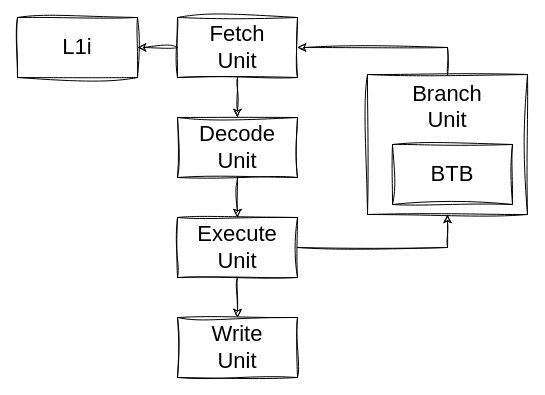
Before: page "mvm-4" (4 of 4) of res/majorana.drawio in teivah/majorana, a draw.io diagram. Source tidied: cells renumbered, new cells numbered last; positions are measured from the earlier drawing's top-left corner, leaving out a move shared by most shapes. Both pictures are drawn from the tidied source at 100%, with x=0, y=0 at pixel (17, 17).
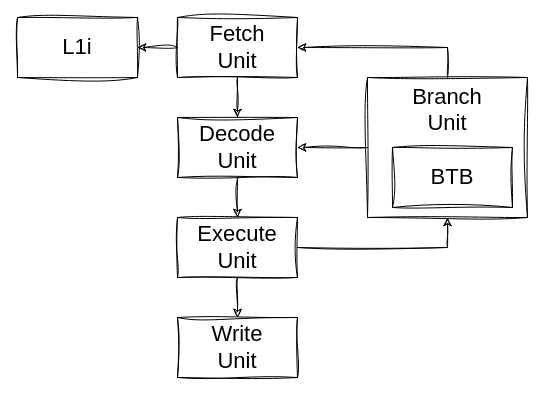
After the change.

Diff of the diagram source:
```diff
@@
 <mxGraphModel>
   <root>
     <mxCell id="0" />
     <mxCell id="1" parent="0" />
     <mxCell id="2" value="Fetch&lt;br&gt;Unit" style="rounded=0;whiteSpace=wrap;html=1;sketch=1;curveFitting=1;jiggle=2;fontSize=22;" parent="1" vertex="1">
       <mxGeometry x="160" width="120" height="60" as="geometry" />
     </mxCell>
     <mxCell id="3" value="Decode&lt;br&gt;Unit" style="rounded=0;whiteSpace=wrap;html=1;sketch=1;curveFitting=1;jiggle=2;fontSize=22;" parent="1" vertex="1">
       <mxGeometry x="160" y="100" width="120" height="60" as="geometry" />
     </mxCell>
     <mxCell id="4" style="endArrow=classic;html=1;rounded=0;exitX=0.5;exitY=1;exitDx=0;exitDy=0;sketch=1;curveFitting=1;jiggle=2;" parent="1" edge="1" source="2" target="3">
       <mxGeometry relative="1" as="geometry" />
     </mxCell>
     <mxCell id="5" value="Execute&lt;br&gt;Unit" style="rounded=0;whiteSpace=wrap;html=1;sketch=1;curveFitting=1;jiggle=2;fontSize=22;" parent="1" vertex="1">
       <mxGeometry x="160" y="200" width="120" height="60" as="geometry" />
     </mxCell>
     <mxCell id="6" value="Write&lt;br&gt;Unit" style="rounded=0;whiteSpace=wrap;html=1;sketch=1;curveFitting=1;jiggle=2;fontSize=22;" parent="1" vertex="1">
       <mxGeometry x="160" y="300" width="120" height="60" as="geometry" />
     </mxCell>
     <mxCell id="7" style="endArrow=classic;html=1;rounded=0;sketch=1;curveFitting=1;jiggle=2;entryX=0.5;entryY=0;entryDx=0;entryDy=0;" parent="1" edge="1" target="5">
       <mxGeometry relative="1" as="geometry">
         <mxPoint x="220" y="160" as="sourcePoint" />
       </mxGeometry>
     </mxCell>
     <mxCell id="8" style="endArrow=classic;html=1;rounded=0;sketch=1;curveFitting=1;jiggle=2;entryX=0.5;entryY=0;entryDx=0;entryDy=0;exitX=0.5;exitY=1;exitDx=0;exitDy=0;" parent="1" edge="1" source="5" target="6">
       <mxGeometry relative="1" as="geometry" />
     </mxCell>
     <mxCell id="9" value="L1i" style="rounded=0;whiteSpace=wrap;html=1;sketch=1;curveFitting=1;jiggle=2;fontSize=22;" parent="1" vertex="1">
       <mxGeometry width="120" height="60" as="geometry" />
     </mxCell>
     <mxCell id="10" style="endArrow=classic;html=1;rounded=0;exitX=0;exitY=0.5;exitDx=0;exitDy=0;sketch=1;curveFitting=1;jiggle=2;entryX=1;entryY=0.5;entryDx=0;entryDy=0;" parent="1" edge="1" source="2" target="9">
       <mxGeometry relative="1" as="geometry" />
     </mxCell>
     <mxCell id="11" value="Branch&lt;br&gt;Unit" style="rounded=0;whiteSpace=wrap;html=1;sketch=1;curveFitting=1;jiggle=2;fontSize=22;verticalAlign=top;" parent="1" vertex="1">
-      <mxGeometry x="350" y="57" width="160" height="140" as="geometry" />
+      <mxGeometry x="350" y="60" width="160" height="140" as="geometry" />
     </mxCell>
     <mxCell id="12" style="endArrow=classic;html=1;rounded=0;sketch=1;curveFitting=1;jiggle=2;entryX=0.5;entryY=1;entryDx=0;entryDy=0;exitX=1;exitY=0.5;exitDx=0;exitDy=0;edgeStyle=orthogonalEdgeStyle;" parent="1" edge="1" source="5" target="11">
       <mxGeometry relative="1" as="geometry" />
     </mxCell>
     <mxCell id="13" value="BTB" style="rounded=0;whiteSpace=wrap;html=1;sketch=1;curveFitting=1;jiggle=2;fontSize=22;" parent="1" vertex="1">
-      <mxGeometry x="375" y="127" width="120" height="60" as="geometry" />
+      <mxGeometry x="375" y="130" width="120" height="60" as="geometry" />
     </mxCell>
     <mxCell id="14" style="endArrow=classic;html=1;rounded=0;sketch=1;curveFitting=1;jiggle=2;entryX=1;entryY=0.5;entryDx=0;entryDy=0;exitX=0.5;exitY=0;exitDx=0;exitDy=0;edgeStyle=orthogonalEdgeStyle;" parent="1" edge="1" source="11" target="2">
       <mxGeometry relative="1" as="geometry" />
     </mxCell>
+    <mxCell id="15" style="endArrow=classic;html=1;rounded=0;sketch=1;curveFitting=1;jiggle=2;exitX=0;exitY=0.5;exitDx=0;exitDy=0;edgeStyle=orthogonalEdgeStyle;" parent="1" edge="1" source="11" target="3">
+      <mxGeometry relative="1" as="geometry" />
+    </mxCell>
   </root>
 </mxGraphModel>
```
